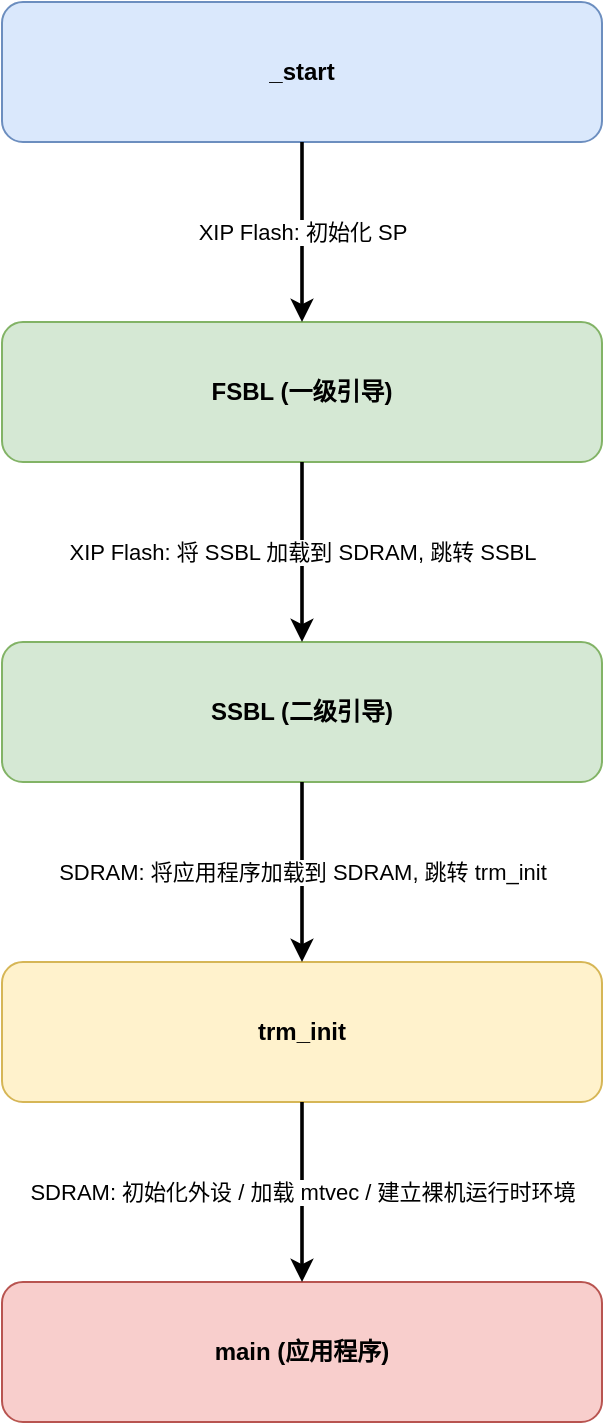
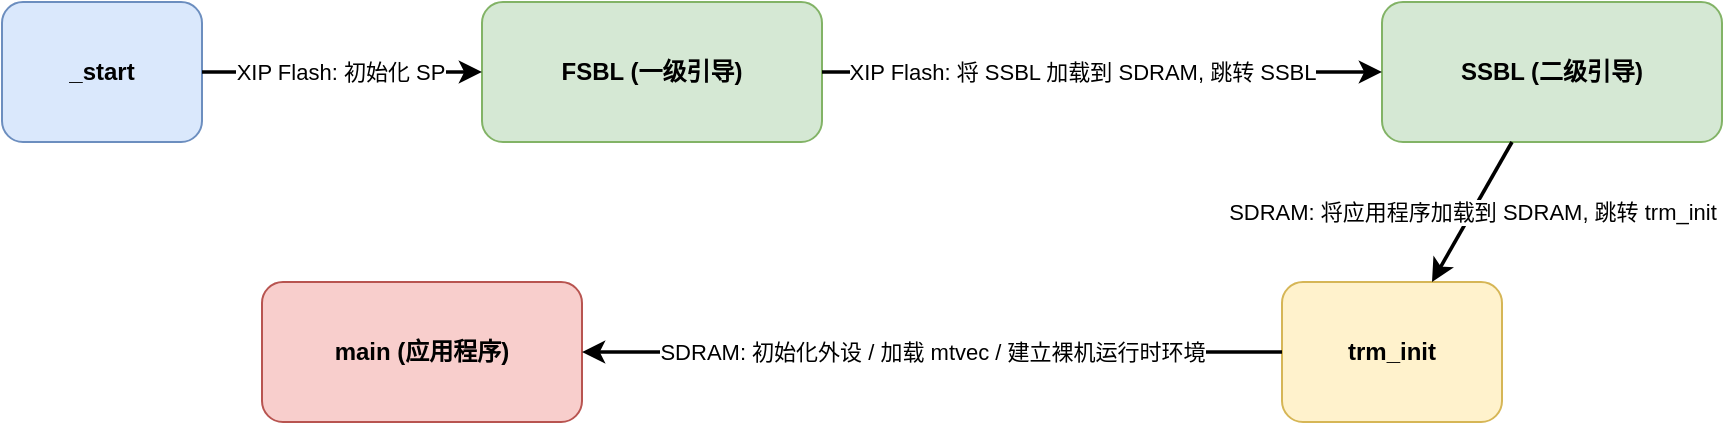
- <mxGraphModel dx="1000" dy="700" grid="1" gridSize="10" guides="1" tooltips="1" connect="1" arrows="1" fold="1" page="1" pageScale="1" pageWidth="900" pageHeight="1200" math="0" shadow="0"><root><mxCell id="0"/><mxCell id="1" parent="0"/><mxCell id="2" value="_start" style="rounded=1;whiteSpace=wrap;html=1;fillColor=#dae8fc;strokeColor=#6c8ebf;fontStyle=1;" vertex="1" parent="1"><mxGeometry x="300" y="60" width="300" height="70" as="geometry"/></mxCell><mxCell id="3" value="FSBL (一级引导)" style="rounded=1;whiteSpace=wrap;html=1;fillColor=#d5e8d4;strokeColor=#82b366;fontStyle=1;" vertex="1" parent="1"><mxGeometry x="300" y="220" width="300" height="70" as="geometry"/></mxCell><mxCell id="4" value="SSBL (二级引导)" style="rounded=1;whiteSpace=wrap;html=1;fillColor=#d5e8d4;strokeColor=#82b366;fontStyle=1;" vertex="1" parent="1"><mxGeometry x="300" y="380" width="300" height="70" as="geometry"/></mxCell><mxCell id="5" value="trm_init" style="rounded=1;whiteSpace=wrap;html=1;fillColor=#fff2cc;strokeColor=#d6b656;fontStyle=1;" vertex="1" parent="1"><mxGeometry x="300" y="540" width="300" height="70" as="geometry"/></mxCell><mxCell id="6" value="main (应用程序)" style="rounded=1;whiteSpace=wrap;html=1;fillColor=#f8cecc;strokeColor=#b85450;fontStyle=1;" vertex="1" parent="1"><mxGeometry x="300" y="700" width="300" height="70" as="geometry"/></mxCell><mxCell id="e1" value="XIP Flash: 初始化 SP" style="endArrow=classic;html=1;strokeWidth=1.8;" edge="1" parent="1" source="2" target="3"><mxGeometry relative="1" as="geometry"/></mxCell><mxCell id="e2" value="XIP Flash: 将 SSBL 加载到 SDRAM, 跳转 SSBL" style="endArrow=classic;html=1;strokeWidth=1.8;" edge="1" parent="1" source="3" target="4"><mxGeometry relative="1" as="geometry"/></mxCell><mxCell id="e3" value="SDRAM: 将应用程序加载到 SDRAM, 跳转 trm_init" style="endArrow=classic;html=1;strokeWidth=1.8;" edge="1" parent="1" source="4" target="5"><mxGeometry relative="1" as="geometry"/></mxCell><mxCell id="e4" value="SDRAM: 初始化外设 / 加载 mtvec / 建立裸机运行时环境" style="endArrow=classic;html=1;strokeWidth=1.8;" edge="1" parent="1" source="5" target="6"><mxGeometry relative="1" as="geometry"/></mxCell></root></mxGraphModel>+ <mxfile host="65bd71144e">
+     <diagram id="iBu4iTscEgDlb0MHC8_v" name="Page-1">
+         <mxGraphModel dx="966" dy="786" grid="1" gridSize="10" guides="1" tooltips="1" connect="1" arrows="1" fold="1" page="0" pageScale="1" pageWidth="900" pageHeight="1200" math="0" shadow="0">
+             <root>
+                 <mxCell id="0"/>
+                 <mxCell id="1" parent="0"/>
+                 <mxCell id="2" value="_start" style="rounded=1;whiteSpace=wrap;html=1;fillColor=#dae8fc;strokeColor=#6c8ebf;fontStyle=1;" parent="1" vertex="1">
+                     <mxGeometry x="90" y="220" width="100" height="70" as="geometry"/>
+                 </mxCell>
+                 <mxCell id="3" value="FSBL (一级引导)" style="rounded=1;whiteSpace=wrap;html=1;fillColor=#d5e8d4;strokeColor=#82b366;fontStyle=1;" parent="1" vertex="1">
+                     <mxGeometry x="330" y="220" width="170" height="70" as="geometry"/>
+                 </mxCell>
+                 <mxCell id="4" value="SSBL (二级引导)" style="rounded=1;whiteSpace=wrap;html=1;fillColor=#d5e8d4;strokeColor=#82b366;fontStyle=1;" parent="1" vertex="1">
+                     <mxGeometry x="780" y="220" width="170" height="70" as="geometry"/>
+                 </mxCell>
+                 <mxCell id="5" value="trm_init" style="rounded=1;whiteSpace=wrap;html=1;fillColor=#fff2cc;strokeColor=#d6b656;fontStyle=1;" parent="1" vertex="1">
+                     <mxGeometry x="730" y="360" width="110" height="70" as="geometry"/>
+                 </mxCell>
+                 <mxCell id="6" value="main (应用程序)" style="rounded=1;whiteSpace=wrap;html=1;fillColor=#f8cecc;strokeColor=#b85450;fontStyle=1;" parent="1" vertex="1">
+                     <mxGeometry x="220" y="360" width="160" height="70" as="geometry"/>
+                 </mxCell>
+                 <mxCell id="e1" value="XIP Flash: 初始化 SP" style="endArrow=classic;html=1;strokeWidth=1.8;" parent="1" source="2" target="3" edge="1">
+                     <mxGeometry relative="1" as="geometry">
+                         <mxPoint x="-1" as="offset"/>
+                     </mxGeometry>
+                 </mxCell>
+                 <mxCell id="e2" value="XIP Flash: 将 SSBL 加载到 SDRAM, 跳转 SSBL" style="endArrow=classic;html=1;strokeWidth=1.8;" parent="1" source="3" target="4" edge="1">
+                     <mxGeometry x="-0.0714" relative="1" as="geometry">
+                         <mxPoint as="offset"/>
+                     </mxGeometry>
+                 </mxCell>
+                 <mxCell id="e3" value="SDRAM: 将应用程序加载到 SDRAM, 跳转 trm_init" style="endArrow=classic;html=1;strokeWidth=1.8;" parent="1" source="4" target="5" edge="1">
+                     <mxGeometry relative="1" as="geometry"/>
+                 </mxCell>
+                 <mxCell id="e4" value="SDRAM: 初始化外设 / 加载 mtvec / 建立裸机运行时环境" style="endArrow=classic;html=1;strokeWidth=1.8;" parent="1" source="5" target="6" edge="1">
+                     <mxGeometry relative="1" as="geometry"/>
+                 </mxCell>
+             </root>
+         </mxGraphModel>
+     </diagram>
+ </mxfile>